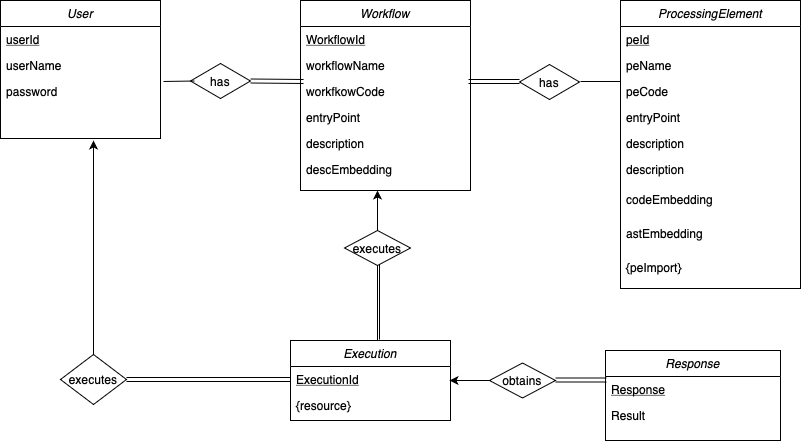
Before: laminar2model.png, a diagram exported from draw.io (StreamingFlow/dispel4py-server). Source tidied: cells renumbered, new cells last; positions are measured from the earlier drawing's top-left corner, leaving out a move shared by most shapes.
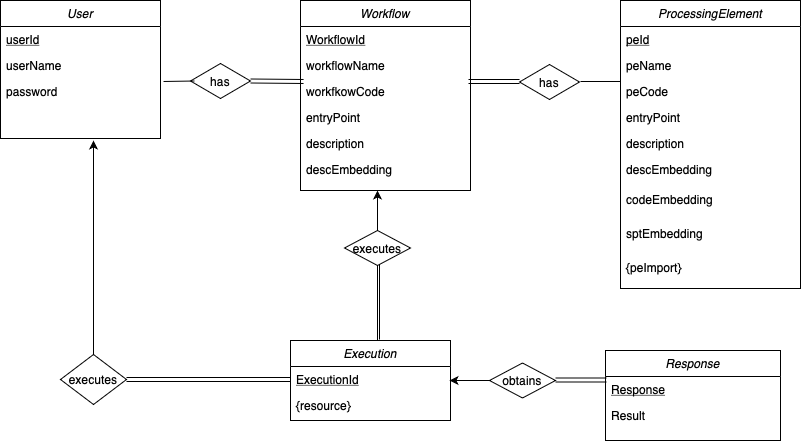
Above is the later version.

Change to the diagram source:
```diff
@@ -53,13 +53,13 @@
     <mxCell id="18" value="description" style="text;align=left;verticalAlign=top;spacingLeft=4;spacingRight=4;overflow=hidden;rounded=0;shadow=0;html=0;" parent="13" vertex="1">
       <mxGeometry y="130" width="180" height="26" as="geometry" />
     </mxCell>
-    <mxCell id="19" value="description" style="text;align=left;verticalAlign=top;spacingLeft=4;spacingRight=4;overflow=hidden;rounded=0;shadow=0;html=0;" parent="13" vertex="1">
+    <mxCell id="19" value="descEmbedding" style="text;align=left;verticalAlign=top;spacingLeft=4;spacingRight=4;overflow=hidden;rounded=0;shadow=0;html=0;" parent="13" vertex="1">
       <mxGeometry y="156" width="180" height="30" as="geometry" />
     </mxCell>
     <mxCell id="20" value="codeEmbedding" style="text;align=left;verticalAlign=top;spacingLeft=4;spacingRight=4;overflow=hidden;rounded=0;shadow=0;html=0;" parent="13" vertex="1">
       <mxGeometry y="186" width="180" height="34" as="geometry" />
     </mxCell>
-    <mxCell id="21" value="astEmbedding" style="text;align=left;verticalAlign=top;spacingLeft=4;spacingRight=4;overflow=hidden;rounded=0;shadow=0;html=0;" parent="13" vertex="1">
+    <mxCell id="21" value="sptEmbedding" style="text;align=left;verticalAlign=top;spacingLeft=4;spacingRight=4;overflow=hidden;rounded=0;shadow=0;html=0;" parent="13" vertex="1">
       <mxGeometry y="220" width="180" height="34" as="geometry" />
     </mxCell>
     <mxCell id="22" value="{peImport}" style="text;align=left;verticalAlign=top;spacingLeft=4;spacingRight=4;overflow=hidden;rounded=0;shadow=0;html=0;" parent="13" vertex="1">
```
